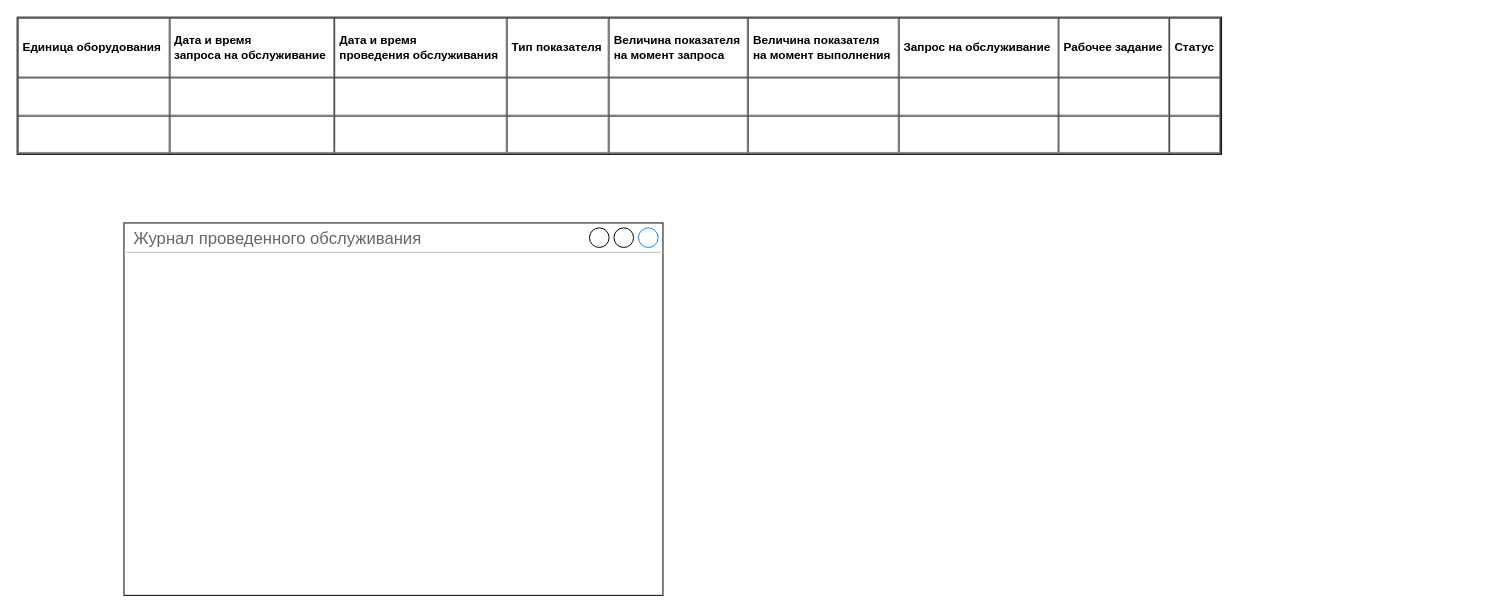
Earlier version of the draw.io diagram Обслуживание. Документы.drawio (tvolodi/abitech). Source tidied: cells renumbered, new cells numbered last; positions are measured from the earlier drawing's top-left corner, leaving out a move shared by most shapes. Both pictures are drawn from the tidied source at 98%, with x=0, y=0 at pixel (17, 17).
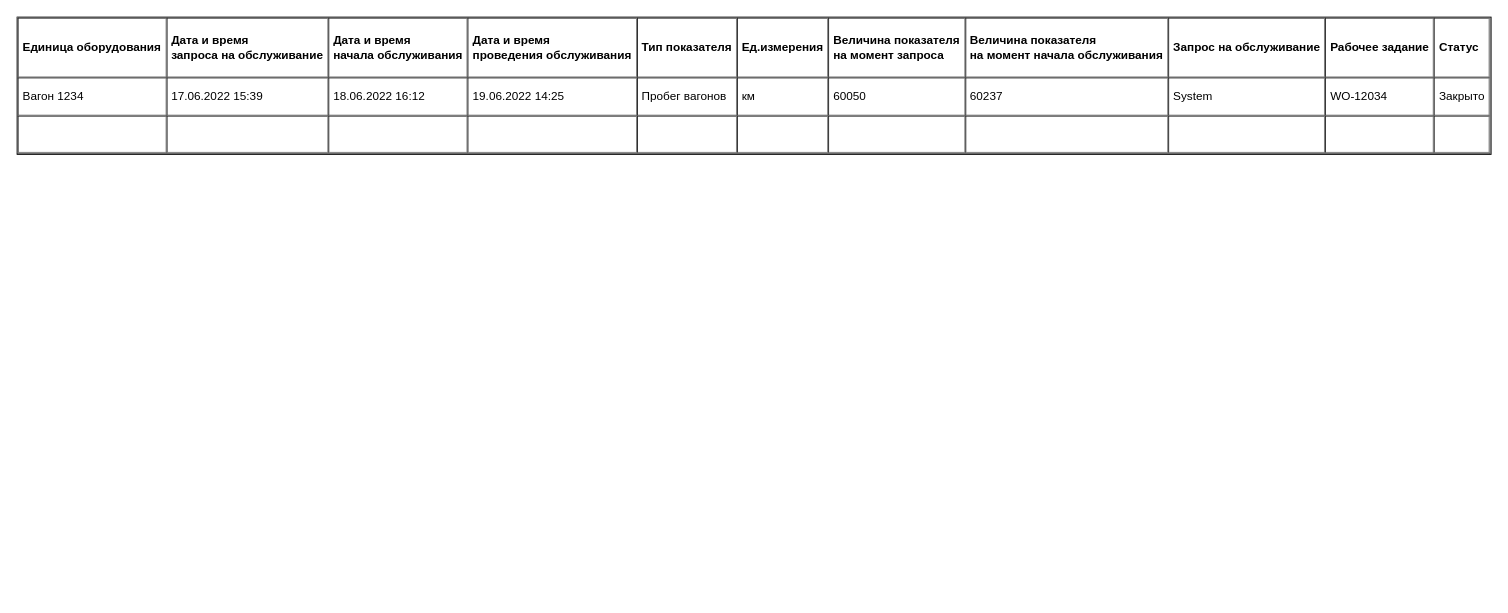
The same diagram, later.

What changed in the source:
```diff
@@
 <mxGraphModel>
   <root>
     <mxCell id="0" />
     <mxCell id="1" parent="0" />
-    <mxCell id="2" value="Журнал проведенного обслуживания" style="strokeWidth=1;shadow=0;dashed=0;align=center;html=1;shape=mxgraph.mockup.containers.window;align=left;verticalAlign=top;spacingLeft=8;strokeColor2=#008cff;strokeColor3=#c4c4c4;fontColor=#666666;mainText=;fontSize=17;labelBackgroundColor=none;" parent="1" vertex="1">
-      <mxGeometry x="109" y="210" width="550" height="380" as="geometry" />
-    </mxCell>
-    <mxCell id="3" value="&lt;table cellpadding=&quot;4&quot; cellspacing=&quot;0&quot; border=&quot;1&quot; style=&quot;font-size:1em;width:100%;height:100%;&quot;&gt;&lt;tbody&gt;&lt;tr&gt;&lt;th&gt;Единица оборудования&lt;/th&gt;&lt;td&gt;&lt;b&gt;Дата и время &lt;br&gt;запроса на обслуживание&lt;/b&gt;&lt;/td&gt;&lt;th&gt;Дата и время &lt;br&gt;проведения обслуживания&lt;/th&gt;&lt;td&gt;&lt;b&gt;Тип показателя&lt;/b&gt;&lt;/td&gt;&lt;td&gt;&lt;b&gt;Величина показателя&lt;br&gt;на момент запроса&lt;/b&gt;&lt;/td&gt;&lt;td&gt;&lt;b&gt;Величина показателя&lt;br&gt;на момент выполнения&lt;/b&gt;&lt;/td&gt;&lt;td&gt;&lt;b&gt;Запрос на обслуживание&lt;/b&gt;&lt;/td&gt;&lt;td&gt;&lt;b&gt;Рабочее задание&lt;/b&gt;&lt;/td&gt;&lt;td&gt;&lt;b&gt;Статус&lt;/b&gt;&lt;/td&gt;&lt;/tr&gt;&lt;tr&gt;&lt;td&gt;&lt;/td&gt;&lt;td&gt;&lt;br&gt;&lt;/td&gt;&lt;td&gt;&lt;/td&gt;&lt;td&gt;&lt;br&gt;&lt;/td&gt;&lt;td&gt;&lt;br&gt;&lt;/td&gt;&lt;td&gt;&lt;br&gt;&lt;/td&gt;&lt;td&gt;&lt;br&gt;&lt;/td&gt;&lt;td&gt;&lt;br&gt;&lt;/td&gt;&lt;td&gt;&lt;br&gt;&lt;/td&gt;&lt;/tr&gt;&lt;tr&gt;&lt;td&gt;&lt;/td&gt;&lt;td&gt;&lt;br&gt;&lt;/td&gt;&lt;td&gt;&lt;/td&gt;&lt;td&gt;&lt;br&gt;&lt;/td&gt;&lt;td&gt;&lt;br&gt;&lt;/td&gt;&lt;td&gt;&lt;br&gt;&lt;/td&gt;&lt;td&gt;&lt;br&gt;&lt;/td&gt;&lt;td&gt;&lt;br&gt;&lt;/td&gt;&lt;td&gt;&lt;br&gt;&lt;/td&gt;&lt;/tr&gt;&lt;/tbody&gt;&lt;/table&gt; " style="verticalAlign=top;align=left;overflow=fill;fontSize=12;fontFamily=Helvetica;html=1;" parent="1" vertex="1">
-      <mxGeometry width="1229" height="140" as="geometry" />
+    <mxCell id="3" value="&lt;table cellpadding=&quot;4&quot; cellspacing=&quot;0&quot; border=&quot;1&quot; style=&quot;font-size:1em;width:100%;height:100%;&quot;&gt;&lt;tbody&gt;&lt;tr&gt;&lt;th&gt;Единица оборудования&lt;/th&gt;&lt;td&gt;&lt;b&gt;Дата и время &lt;br&gt;запроса на обслуживание&lt;/b&gt;&lt;/td&gt;&lt;td&gt;&lt;b&gt;Дата и время&lt;/b&gt;&lt;br&gt;&lt;b&gt;начала обслуживания&lt;/b&gt;&lt;/td&gt;&lt;th&gt;Дата и время &lt;br&gt;проведения обслуживания&lt;/th&gt;&lt;td&gt;&lt;b&gt;Тип показателя&lt;/b&gt;&lt;/td&gt;&lt;td&gt;&lt;b&gt;Ед.измерения&lt;/b&gt;&lt;/td&gt;&lt;td&gt;&lt;b&gt;Величина показателя&lt;br&gt;на момент запроса&lt;/b&gt;&lt;/td&gt;&lt;td&gt;&lt;b&gt;Величина показателя&lt;br&gt;на момент начала обслуживания&lt;/b&gt;&lt;/td&gt;&lt;td&gt;&lt;b&gt;Запрос на обслуживание&lt;/b&gt;&lt;/td&gt;&lt;td&gt;&lt;b&gt;Рабочее задание&lt;/b&gt;&lt;/td&gt;&lt;td&gt;&lt;b&gt;Статус&lt;/b&gt;&lt;/td&gt;&lt;/tr&gt;&lt;tr&gt;&lt;td&gt;Вагон 1234&lt;/td&gt;&lt;td&gt;17.06.2022 15:39&lt;/td&gt;&lt;td&gt;18.06.2022 16:12&lt;/td&gt;&lt;td&gt;19.06.2022 14:25&amp;nbsp;&lt;/td&gt;&lt;td&gt;Пробег вагонов&lt;/td&gt;&lt;td&gt;км&lt;/td&gt;&lt;td&gt;60050&lt;/td&gt;&lt;td&gt;60237&lt;/td&gt;&lt;td&gt;System&lt;/td&gt;&lt;td&gt;WO-12034&lt;/td&gt;&lt;td&gt;Закрыто&lt;/td&gt;&lt;/tr&gt;&lt;tr&gt;&lt;td&gt;&lt;/td&gt;&lt;td&gt;&lt;br&gt;&lt;/td&gt;&lt;td&gt;&lt;br&gt;&lt;/td&gt;&lt;td&gt;&lt;/td&gt;&lt;td&gt;&lt;br&gt;&lt;/td&gt;&lt;td&gt;&lt;br&gt;&lt;/td&gt;&lt;td&gt;&lt;br&gt;&lt;/td&gt;&lt;td&gt;&lt;br&gt;&lt;/td&gt;&lt;td&gt;&lt;br&gt;&lt;/td&gt;&lt;td&gt;&lt;br&gt;&lt;/td&gt;&lt;td&gt;&lt;br&gt;&lt;/td&gt;&lt;/tr&gt;&lt;/tbody&gt;&lt;/table&gt; " style="verticalAlign=top;align=left;overflow=fill;fontSize=12;fontFamily=Helvetica;html=1;" parent="1" vertex="1">
+      <mxGeometry width="1504" height="140" as="geometry" />
     </mxCell>
   </root>
 </mxGraphModel>
```
